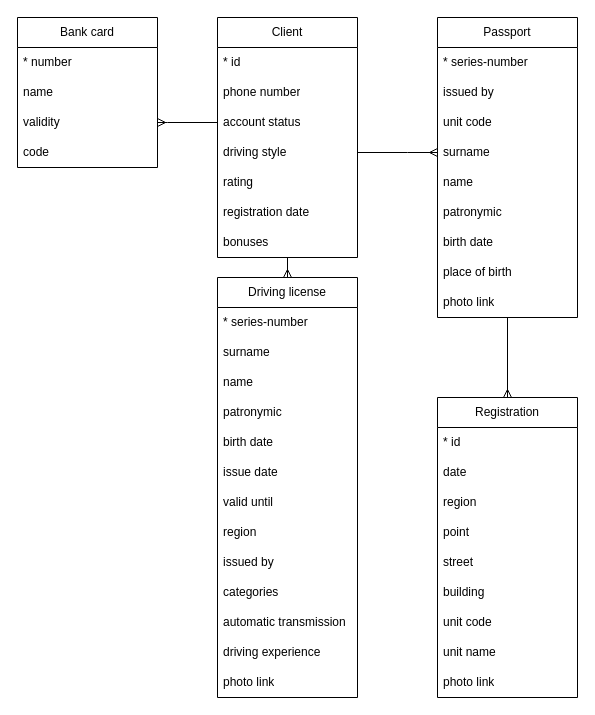
The draw.io diagram relations.drawio in car-sharing-proto/client-db, before the edit. Source tidied: cells renumbered, new cells numbered last; positions are measured from the earlier drawing's top-left corner, leaving out a move shared by most shapes. Both pictures are drawn from the tidied source at 100%, with x=0, y=0 at pixel (17, 17).
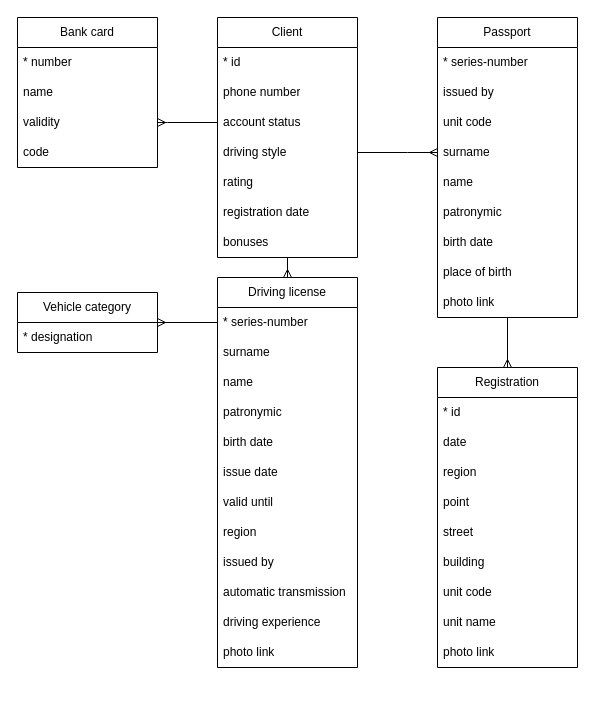
Above is the later version.

Unchanged cells that the change refers to:
```xml
<mxCell id="34" value="* series-number" style="text;strokeColor=none;fillColor=none;align=left;verticalAlign=middle;spacingLeft=4;spacingRight=4;overflow=hidden;points=[[0,0.5],[1,0.5]];portConstraint=eastwest;whiteSpace=wrap;html=1;" parent="33" vertex="1">
  <mxGeometry y="30" width="140" height="30" as="geometry" />
</mxCell>
```

Change to the diagram source:
```diff
@@
     <mxCell id="23" value="Registration" style="swimlane;fontStyle=0;horizontal=1;startSize=30;whiteSpace=wrap;html=1;" parent="1" vertex="1">
-      <mxGeometry x="420" y="380" width="140" height="300" as="geometry" />
+      <mxGeometry x="420" y="350" width="140" height="300" as="geometry" />
     </mxCell>
@@
     <mxCell id="33" value="Driving license" style="swimlane;fontStyle=0;horizontal=1;startSize=30;whiteSpace=wrap;html=1;" parent="1" vertex="1">
-      <mxGeometry x="200" y="260" width="140" height="420" as="geometry" />
+      <mxGeometry x="200" y="260" width="140" height="390" as="geometry" />
     </mxCell>
@@
-    <mxCell id="43" value="categories" style="text;strokeColor=none;fillColor=none;align=left;verticalAlign=middle;spacingLeft=4;spacingRight=4;overflow=hidden;whiteSpace=wrap;html=1;" parent="33" vertex="1">
-      <mxGeometry y="300" width="140" height="30" as="geometry" />
-    </mxCell>
     <mxCell id="44" value="automatic transmission" style="text;strokeColor=none;fillColor=none;align=left;verticalAlign=middle;spacingLeft=4;spacingRight=4;overflow=hidden;whiteSpace=wrap;html=1;" parent="33" vertex="1">
-      <mxGeometry y="330" width="140" height="30" as="geometry" />
+      <mxGeometry y="300" width="140" height="30" as="geometry" />
     </mxCell>
     <mxCell id="45" value="driving experience" style="text;strokeColor=none;fillColor=none;align=left;verticalAlign=middle;spacingLeft=4;spacingRight=4;overflow=hidden;whiteSpace=wrap;html=1;" parent="33" vertex="1">
-      <mxGeometry y="360" width="140" height="30" as="geometry" />
+      <mxGeometry y="330" width="140" height="30" as="geometry" />
     </mxCell>
     <mxCell id="46" value="photo link" style="text;strokeColor=none;fillColor=none;align=left;verticalAlign=middle;spacingLeft=4;spacingRight=4;overflow=hidden;whiteSpace=wrap;html=1;" parent="33" vertex="1">
-      <mxGeometry y="390" width="140" height="30" as="geometry" />
+      <mxGeometry y="360" width="140" height="30" as="geometry" />
     </mxCell>
@@
+    <mxCell id="53" value="Vehicle category" style="swimlane;fontStyle=0;horizontal=1;startSize=30;whiteSpace=wrap;html=1;" parent="1" vertex="1">
+      <mxGeometry y="275" width="140" height="60" as="geometry" />
+    </mxCell>
+    <mxCell id="54" value="*&amp;nbsp;designation" style="text;strokeColor=none;fillColor=none;align=left;verticalAlign=middle;spacingLeft=4;spacingRight=4;overflow=hidden;whiteSpace=wrap;html=1;" parent="53" vertex="1">
+      <mxGeometry y="30" width="140" height="30" as="geometry" />
+    </mxCell>
+    <mxCell id="55" style="edgeStyle=orthogonalEdgeStyle;rounded=0;jettySize=auto;html=1;endArrow=ERmany;endFill=0;" parent="1" edge="1" source="34" target="53">
+      <mxGeometry relative="1" as="geometry" />
+    </mxCell>
```
